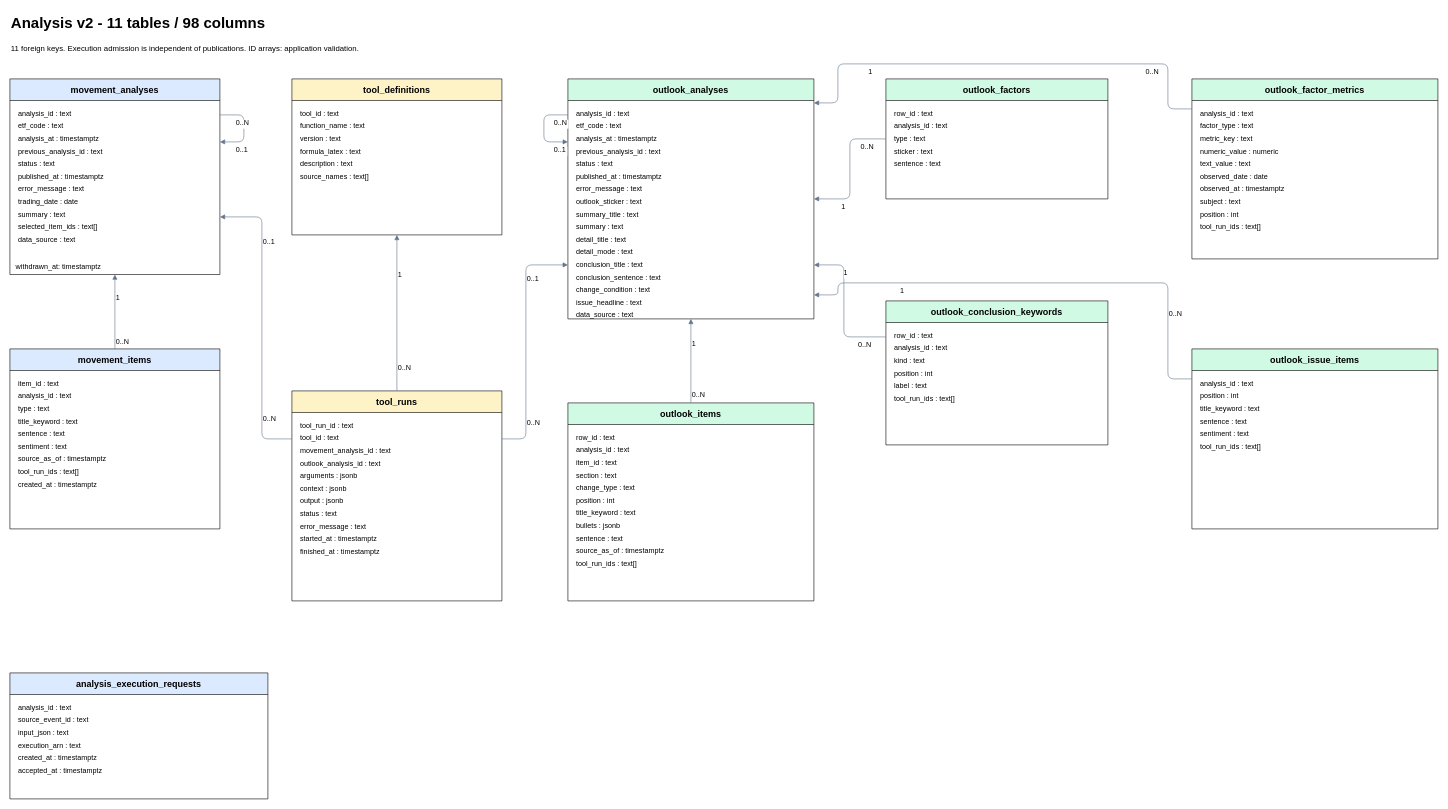
Earlier version of the draw.io diagram docs/data-model/domains/analysis-v2/erd.drawio (alphaeveryday/edge). Source tidied: cells renumbered, new cells numbered last; positions are measured from the earlier drawing's top-left corner, leaving out a move shared by most shapes. Both pictures are drawn from the tidied source at 60%, with x=0, y=0 at pixel (10, 10).
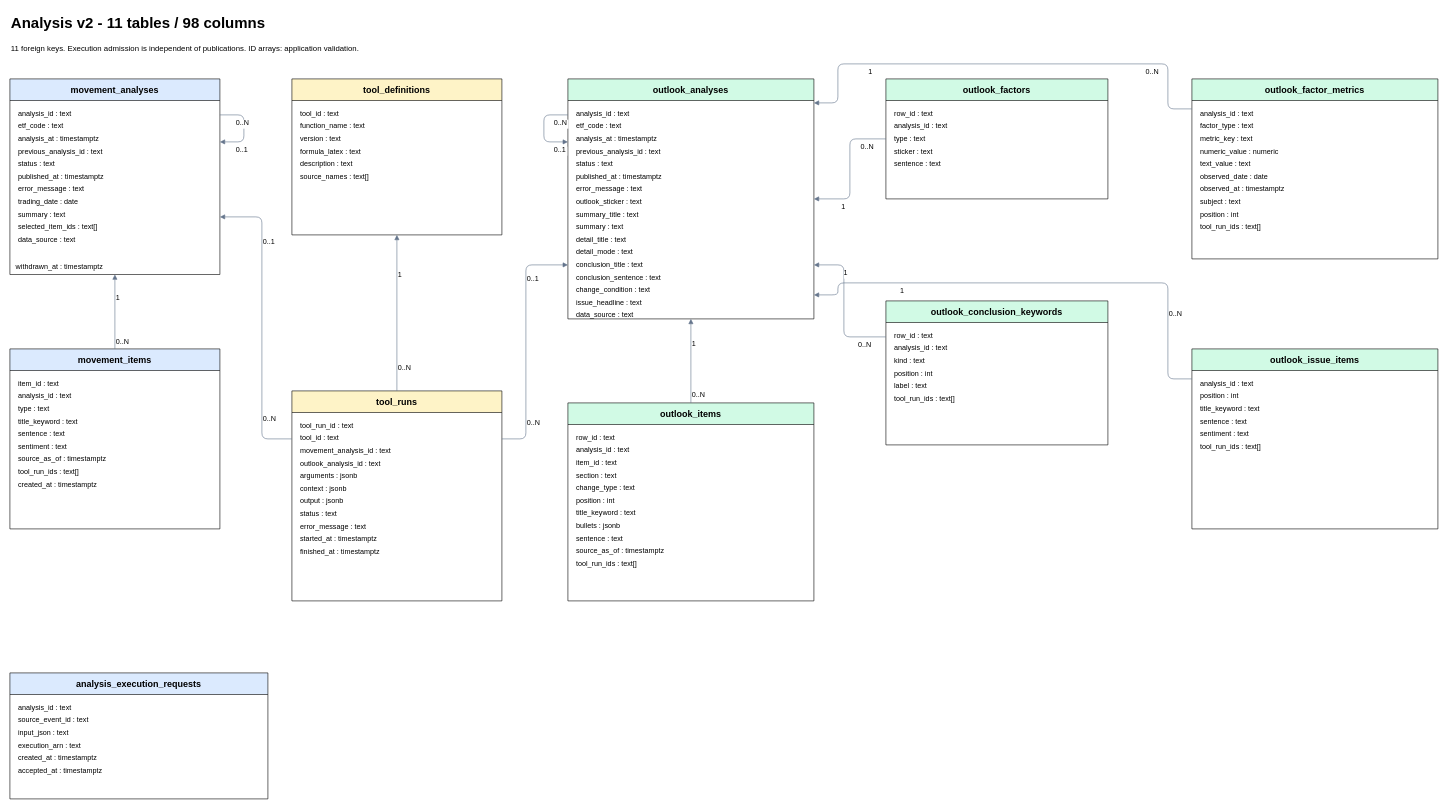
The same diagram, later.

Commit message (it also covers changes not shown here):
docs(analysis-v2): 회수 시각을 저장 구조와 동일하게 표시

Refs: ALPHA-1161

Unchanged cells that the change refers to:
```xml
<mxCell id="4" value="movement_analyses" style="swimlane;html=0;startSize=36;fillColor=#dbeafe;fontSize=15;" parent="1" vertex="1">
  <mxGeometry y="115" width="350" height="326" as="geometry" />
</mxCell>
```

What changed in the source:
```diff
@@
-    <mxCell id="146" value="withdrawn_at: timestamptz" style="text;html=0;align=left;spacingLeft=8;" parent="4" vertex="1">
+    <mxCell id="146" value="withdrawn_at : timestamptz" style="text;html=0;align=left;spacingLeft=8;" parent="4" vertex="1">
       <mxGeometry y="300" width="350" height="24" as="geometry" />
     </mxCell>
```
